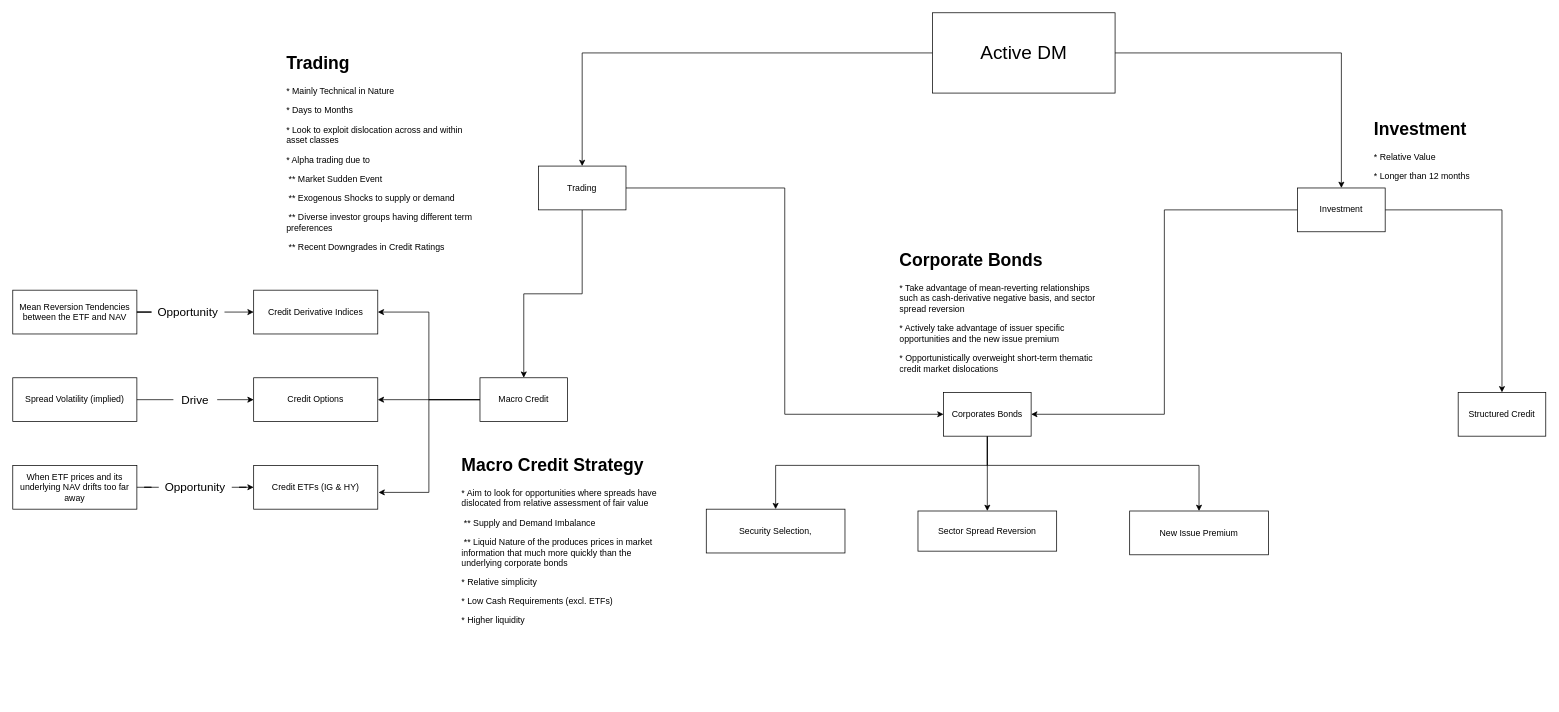
PodorCN/NoteBook keeps this draw.io diagram as Untitled Diagram.drawio. Above is the earlier version. Source tidied: cells renumbered, new cells numbered last; positions are measured from the earlier drawing's top-left corner, leaving out a move shared by most shapes. Both pictures are drawn from the tidied source at 73%, with x=0, y=0 at pixel (12, 12).
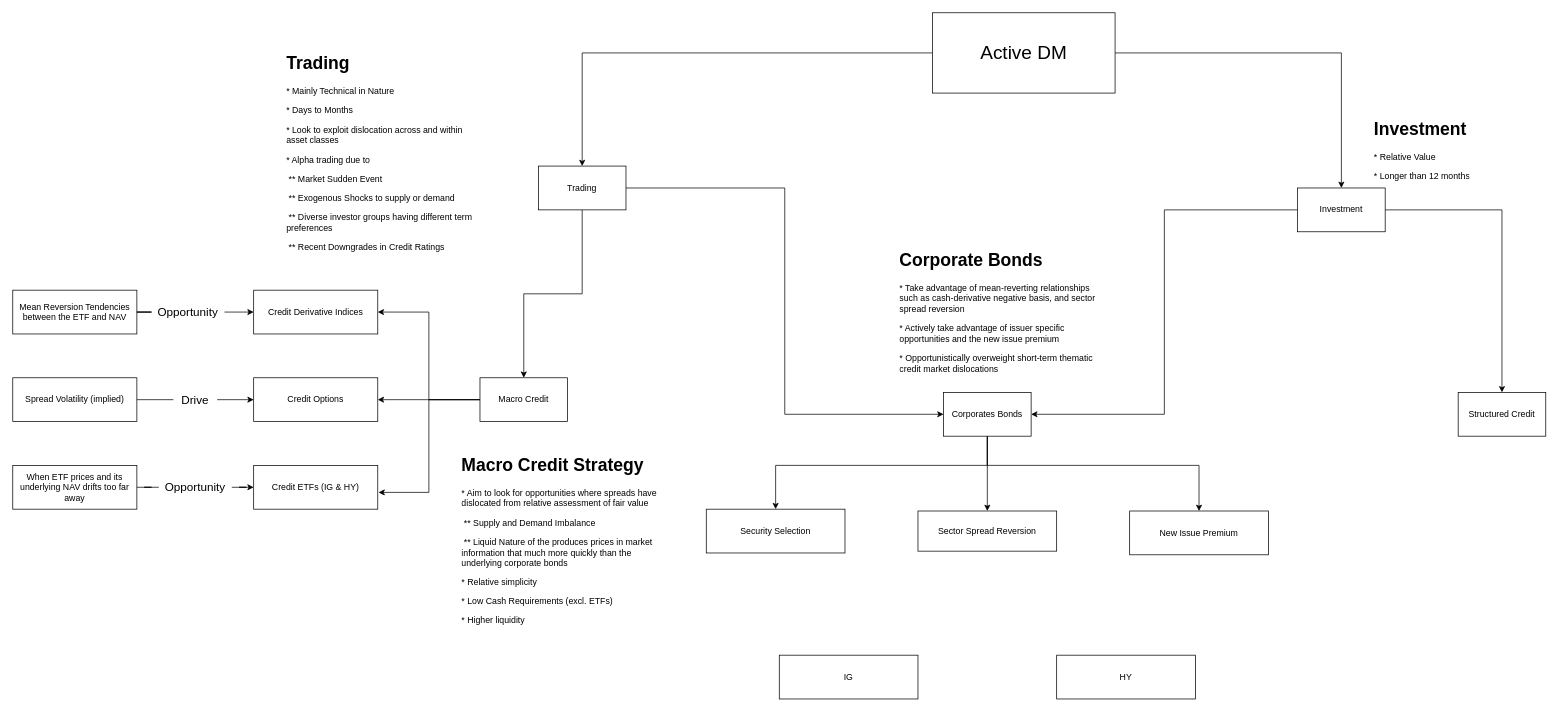
Above is the later version.

What changed in the source:
```diff
@@
-    <mxCell id="39" value="Security Selection," style="whiteSpace=wrap;html=1;" parent="1" vertex="1">
+    <mxCell id="39" value="Security Selection" style="whiteSpace=wrap;html=1;" parent="1" vertex="1">
       <mxGeometry x="950" y="680" width="190" height="60" as="geometry" />
     </mxCell>
@@
+    <mxCell id="42" value="IG" style="whiteSpace=wrap;html=1;" parent="1" vertex="1">
+      <mxGeometry x="1050" y="880" width="190" height="60" as="geometry" />
+    </mxCell>
+    <mxCell id="43" value="HY" style="whiteSpace=wrap;html=1;" parent="1" vertex="1">
+      <mxGeometry x="1430" y="880" width="190" height="60" as="geometry" />
+    </mxCell>
```
